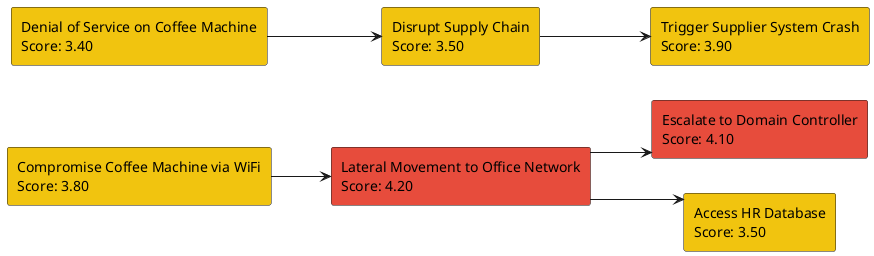
Earlier version of the PlantUML export attack_paths.png (coffee-bits/CyberPath). Its diagram source:
```plantuml
@startuml
skinparam linetype ortho
left to right direction
rectangle node_Compromise_Coffee_Machine_via_WiFi as "Compromise Coffee Machine via WiFi\nScore: 3.80" #f1c40f
rectangle node_Lateral_Movement_to_Office_Network as "Lateral Movement to Office Network\nScore: 4.20" #e74c3c
rectangle node_Escalate_to_Domain_Controller as "Escalate to Domain Controller\nScore: 4.10" #e74c3c
rectangle node_Access_HR_Database as "Access HR Database\nScore: 3.50" #f1c40f
rectangle node_Denial_of_Service_on_Coffee_Machine as "Denial of Service on Coffee Machine\nScore: 3.40" #f1c40f
rectangle node_Disrupt_Supply_Chain as "Disrupt Supply Chain\nScore: 3.50" #f1c40f
rectangle node_Trigger_Supplier_System_Crash as "Trigger Supplier System Crash\nScore: 3.90" #f1c40f
node_Compromise_Coffee_Machine_via_WiFi --> node_Lateral_Movement_to_Office_Network
node_Lateral_Movement_to_Office_Network --> node_Escalate_to_Domain_Controller
node_Lateral_Movement_to_Office_Network --> node_Access_HR_Database
node_Denial_of_Service_on_Coffee_Machine --> node_Disrupt_Supply_Chain
node_Disrupt_Supply_Chain --> node_Trigger_Supplier_System_Crash
@enduml
```
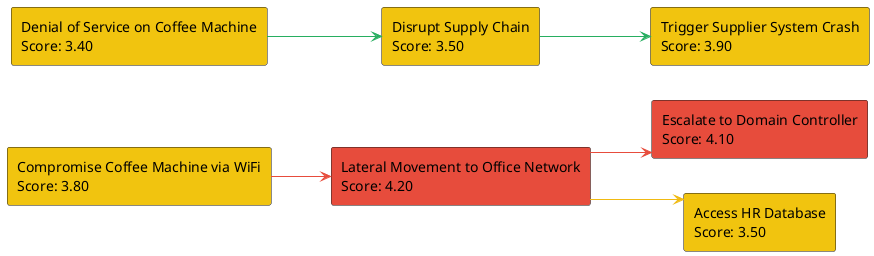
After the commit.

Commit message:
readme diagram example update

The edit, as a diff of the source:
```diff
@@ -8,9 +8,9 @@
 rectangle node_Denial_of_Service_on_Coffee_Machine as "Denial of Service on Coffee Machine\nScore: 3.40" #f1c40f
 rectangle node_Disrupt_Supply_Chain as "Disrupt Supply Chain\nScore: 3.50" #f1c40f
 rectangle node_Trigger_Supplier_System_Crash as "Trigger Supplier System Crash\nScore: 3.90" #f1c40f
-node_Compromise_Coffee_Machine_via_WiFi --> node_Lateral_Movement_to_Office_Network
-node_Lateral_Movement_to_Office_Network --> node_Escalate_to_Domain_Controller
-node_Lateral_Movement_to_Office_Network --> node_Access_HR_Database
-node_Denial_of_Service_on_Coffee_Machine --> node_Disrupt_Supply_Chain
-node_Disrupt_Supply_Chain --> node_Trigger_Supplier_System_Crash
+node_Compromise_Coffee_Machine_via_WiFi -[#e74c3c]-> node_Lateral_Movement_to_Office_Network
+node_Lateral_Movement_to_Office_Network -[#e74c3c]-> node_Escalate_to_Domain_Controller
+node_Lateral_Movement_to_Office_Network -[#f0ba12]-> node_Access_HR_Database
+node_Denial_of_Service_on_Coffee_Machine -[#27ae60]-> node_Disrupt_Supply_Chain
+node_Disrupt_Supply_Chain -[#27ae60]-> node_Trigger_Supplier_System_Crash
 @enduml
```
